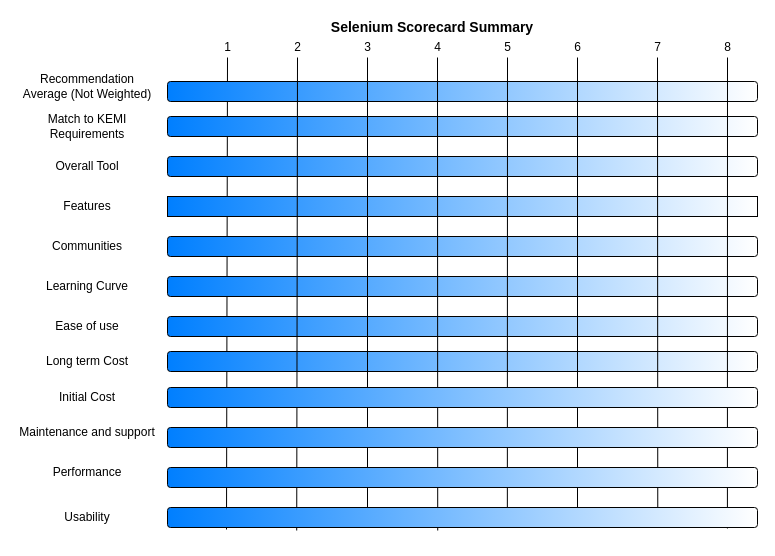
Earlier version of the draw.io diagram Untitled Diagram.drawio (tarraanand/Selenium). Source tidied: cells renumbered, new cells numbered last; positions are measured from the earlier drawing's top-left corner, leaving out a move shared by most shapes. Both pictures are drawn from the tidied source at 100%, with x=0, y=0 at pixel (17, 17).
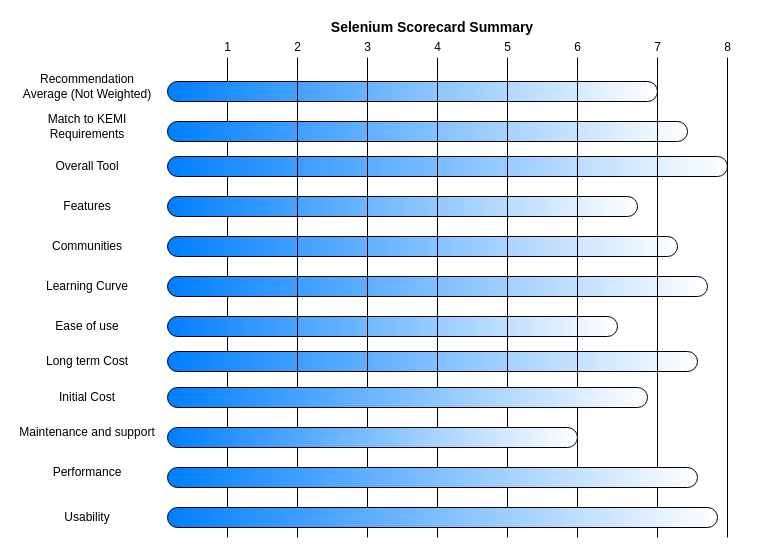
After the change.

Diff of the diagram source:
```diff
@@
-    <mxCell id="2" style="endArrow=none;html=1;exitX=0.1;exitY=1.1;exitDx=0;exitDy=0;exitPerimeter=0;" parent="1" edge="1" source="33">
+    <mxCell id="2" style="endArrow=none;html=1;" parent="1" edge="1">
       <mxGeometry relative="1" as="geometry">
+        <mxPoint x="210" y="520" as="sourcePoint" />
         <mxPoint x="210" y="40" as="targetPoint" />
       </mxGeometry>
     </mxCell>
-    <mxCell id="3" style="rounded=1;whiteSpace=wrap;html=1;labelBackgroundColor=#ffffff;gradientDirection=west;gradientColor=#007FFF;" parent="1" vertex="1">
-      <mxGeometry x="150" y="64" width="590" height="20" as="geometry" />
+    <mxCell id="3" style="rounded=1;whiteSpace=wrap;html=1;labelBackgroundColor=#ffffff;gradientDirection=west;gradientColor=#007FFF;arcSize=50;" parent="1" vertex="1">
+      <mxGeometry x="150" y="64" width="490" height="20" as="geometry" />
     </mxCell>
@@
-    <mxCell id="12" style="rounded=1;whiteSpace=wrap;html=1;labelBackgroundColor=#ffffff;gradientDirection=west;gradientColor=#007FFF;" parent="1" vertex="1">
-      <mxGeometry x="150" y="99" width="590" height="20" as="geometry" />
+    <mxCell id="12" style="rounded=1;whiteSpace=wrap;html=1;labelBackgroundColor=#ffffff;gradientDirection=west;gradientColor=#007FFF;arcSize=50;" parent="1" vertex="1">
+      <mxGeometry x="150" y="104" width="520" height="20" as="geometry" />
     </mxCell>
-    <mxCell id="13" style="rounded=1;whiteSpace=wrap;html=1;labelBackgroundColor=#ffffff;gradientDirection=west;gradientColor=#007FFF;" parent="1" vertex="1">
-      <mxGeometry x="150" y="139" width="590" height="20" as="geometry" />
+    <mxCell id="13" style="rounded=1;whiteSpace=wrap;html=1;labelBackgroundColor=#ffffff;gradientDirection=west;gradientColor=#007FFF;arcSize=50;" parent="1" vertex="1">
+      <mxGeometry x="150" y="139" width="560" height="20" as="geometry" />
     </mxCell>
-    <mxCell id="14" style="rounded=1;whiteSpace=wrap;html=1;labelBackgroundColor=#ffffff;gradientDirection=west;gradientColor=#007FFF;arcSize=0;" parent="1" vertex="1">
-      <mxGeometry x="150" y="179" width="590" height="20" as="geometry" />
+    <mxCell id="14" style="rounded=1;whiteSpace=wrap;html=1;labelBackgroundColor=#ffffff;gradientDirection=west;gradientColor=#007FFF;arcSize=50;" parent="1" vertex="1">
+      <mxGeometry x="150" y="179" width="470" height="20" as="geometry" />
     </mxCell>
-    <mxCell id="15" style="rounded=1;whiteSpace=wrap;html=1;labelBackgroundColor=#ffffff;gradientDirection=west;gradientColor=#007FFF;" parent="1" vertex="1">
-      <mxGeometry x="150" y="219" width="590" height="20" as="geometry" />
+    <mxCell id="15" style="rounded=1;whiteSpace=wrap;html=1;labelBackgroundColor=#ffffff;gradientDirection=west;gradientColor=#007FFF;arcSize=50;" parent="1" vertex="1">
+      <mxGeometry x="150" y="219" width="510" height="20" as="geometry" />
     </mxCell>
-    <mxCell id="16" style="rounded=1;whiteSpace=wrap;html=1;labelBackgroundColor=#ffffff;gradientDirection=west;gradientColor=#007FFF;" parent="1" vertex="1">
-      <mxGeometry x="150" y="259" width="590" height="20" as="geometry" />
+    <mxCell id="16" style="rounded=1;whiteSpace=wrap;html=1;labelBackgroundColor=#ffffff;gradientDirection=west;gradientColor=#007FFF;arcSize=50;" parent="1" vertex="1">
+      <mxGeometry x="150" y="259" width="540" height="20" as="geometry" />
     </mxCell>
-    <mxCell id="17" style="rounded=1;whiteSpace=wrap;html=1;labelBackgroundColor=#ffffff;gradientDirection=west;gradientColor=#007FFF;" parent="1" vertex="1">
-      <mxGeometry x="150" y="299" width="590" height="20" as="geometry" />
+    <mxCell id="17" style="rounded=1;whiteSpace=wrap;html=1;labelBackgroundColor=#ffffff;gradientDirection=west;gradientColor=#007FFF;arcSize=50;" parent="1" vertex="1">
+      <mxGeometry x="150" y="299" width="450" height="20" as="geometry" />
     </mxCell>
-    <mxCell id="18" style="rounded=1;whiteSpace=wrap;html=1;labelBackgroundColor=#ffffff;gradientDirection=west;gradientColor=#007FFF;" parent="1" vertex="1">
-      <mxGeometry x="150" y="334" width="590" height="20" as="geometry" />
+    <mxCell id="18" style="rounded=1;whiteSpace=wrap;html=1;labelBackgroundColor=#ffffff;gradientDirection=west;gradientColor=#007FFF;arcSize=50;" parent="1" vertex="1">
+      <mxGeometry x="150" y="334" width="530" height="20" as="geometry" />
     </mxCell>
-    <mxCell id="19" style="endArrow=none;html=1;exitX=0.219;exitY=1.15;exitDx=0;exitDy=0;exitPerimeter=0;" parent="1" edge="1" source="33">
+    <mxCell id="19" style="endArrow=none;html=1;" parent="1" edge="1">
       <mxGeometry relative="1" as="geometry">
+        <mxPoint x="280" y="520" as="sourcePoint" />
         <mxPoint x="280" y="40" as="targetPoint" />
       </mxGeometry>
     </mxCell>
     <mxCell id="20" style="endArrow=none;html=1;" parent="1" edge="1">
       <mxGeometry relative="1" as="geometry">
-        <mxPoint x="350" y="510" as="sourcePoint" />
+        <mxPoint x="350" y="520" as="sourcePoint" />
         <mxPoint x="350" y="40" as="targetPoint" />
       </mxGeometry>
     </mxCell>
-    <mxCell id="21" style="endArrow=none;html=1;exitX=0.458;exitY=1.15;exitDx=0;exitDy=0;exitPerimeter=0;" parent="1" edge="1" source="33">
+    <mxCell id="21" style="endArrow=none;html=1;" parent="1" edge="1">
       <mxGeometry relative="1" as="geometry">
+        <mxPoint x="420" y="520" as="sourcePoint" />
         <mxPoint x="420" y="40" as="targetPoint" />
       </mxGeometry>
     </mxCell>
-    <mxCell id="22" style="endArrow=none;html=1;exitX=0.576;exitY=1;exitDx=0;exitDy=0;exitPerimeter=0;" parent="1" edge="1" source="33">
+    <mxCell id="22" style="endArrow=none;html=1;" parent="1" edge="1">
       <mxGeometry relative="1" as="geometry">
+        <mxPoint x="490" y="520" as="sourcePoint" />
         <mxPoint x="490" y="40" as="targetPoint" />
       </mxGeometry>
     </mxCell>
     <mxCell id="23" style="endArrow=none;html=1;" parent="1" edge="1">
       <mxGeometry relative="1" as="geometry">
-        <mxPoint x="560" y="509" as="sourcePoint" />
+        <mxPoint x="560" y="520" as="sourcePoint" />
         <mxPoint x="560" y="40" as="targetPoint" />
       </mxGeometry>
     </mxCell>
-    <mxCell id="24" style="endArrow=none;html=1;exitX=0.831;exitY=1;exitDx=0;exitDy=0;exitPerimeter=0;" parent="1" edge="1" source="33">
+    <mxCell id="24" style="endArrow=none;html=1;" parent="1" edge="1">
       <mxGeometry relative="1" as="geometry">
+        <mxPoint x="640" y="520" as="sourcePoint" />
         <mxPoint x="640" y="40" as="targetPoint" />
       </mxGeometry>
     </mxCell>
-    <mxCell id="25" style="endArrow=none;html=1;exitX=0.949;exitY=1.05;exitDx=0;exitDy=0;exitPerimeter=0;" parent="1" edge="1" source="33">
+    <mxCell id="25" style="endArrow=none;html=1;" parent="1" edge="1">
       <mxGeometry relative="1" as="geometry">
+        <mxPoint x="710" y="520" as="sourcePoint" />
         <mxPoint x="710" y="40" as="targetPoint" />
       </mxGeometry>
     </mxCell>
@@
-    <mxCell id="30" style="rounded=1;whiteSpace=wrap;html=1;labelBackgroundColor=#ffffff;gradientDirection=west;gradientColor=#007FFF;" parent="1" vertex="1">
-      <mxGeometry x="150" y="370" width="590" height="20" as="geometry" />
+    <mxCell id="30" style="rounded=1;whiteSpace=wrap;html=1;labelBackgroundColor=#ffffff;gradientDirection=west;gradientColor=#007FFF;arcSize=50;" parent="1" vertex="1">
+      <mxGeometry x="150" y="370" width="480" height="20" as="geometry" />
     </mxCell>
-    <mxCell id="31" style="rounded=1;whiteSpace=wrap;html=1;labelBackgroundColor=#ffffff;gradientDirection=west;gradientColor=#007FFF;" parent="1" vertex="1">
-      <mxGeometry x="150" y="410" width="590" height="20" as="geometry" />
+    <mxCell id="31" style="rounded=1;whiteSpace=wrap;html=1;labelBackgroundColor=#ffffff;gradientDirection=west;gradientColor=#007FFF;arcSize=50;" parent="1" vertex="1">
+      <mxGeometry x="150" y="410" width="410" height="20" as="geometry" />
     </mxCell>
-    <mxCell id="32" style="rounded=1;whiteSpace=wrap;html=1;labelBackgroundColor=#ffffff;gradientDirection=west;gradientColor=#007FFF;" parent="1" vertex="1">
-      <mxGeometry x="150" y="450" width="590" height="20" as="geometry" />
+    <mxCell id="32" style="rounded=1;whiteSpace=wrap;html=1;labelBackgroundColor=#ffffff;gradientDirection=west;gradientColor=#007FFF;arcSize=50;" parent="1" vertex="1">
+      <mxGeometry x="150" y="450" width="530" height="20" as="geometry" />
     </mxCell>
-    <mxCell id="33" style="rounded=1;whiteSpace=wrap;html=1;labelBackgroundColor=#ffffff;gradientDirection=west;gradientColor=#007FFF;" parent="1" vertex="1">
-      <mxGeometry x="150" y="490" width="590" height="20" as="geometry" />
+    <mxCell id="33" style="rounded=1;whiteSpace=wrap;html=1;labelBackgroundColor=#ffffff;gradientDirection=west;gradientColor=#007FFF;arcSize=50;" parent="1" vertex="1">
+      <mxGeometry x="150" y="490" width="550" height="20" as="geometry" />
     </mxCell>
```
